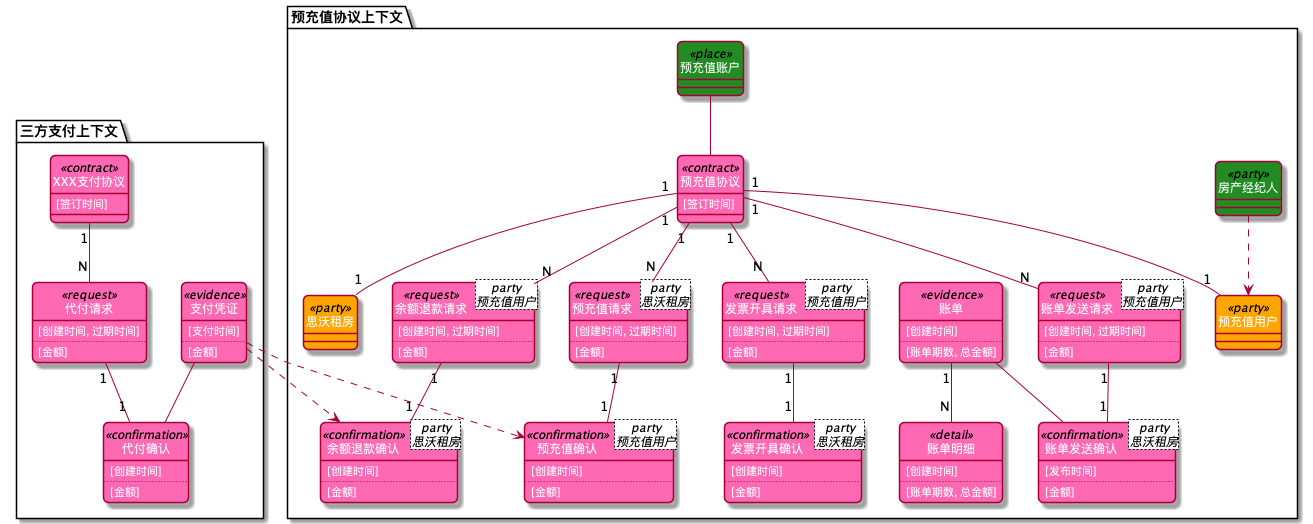
Before: 8x-flow2.png, a diagram exported from PlantUML (behring/8x-flow-diagram).
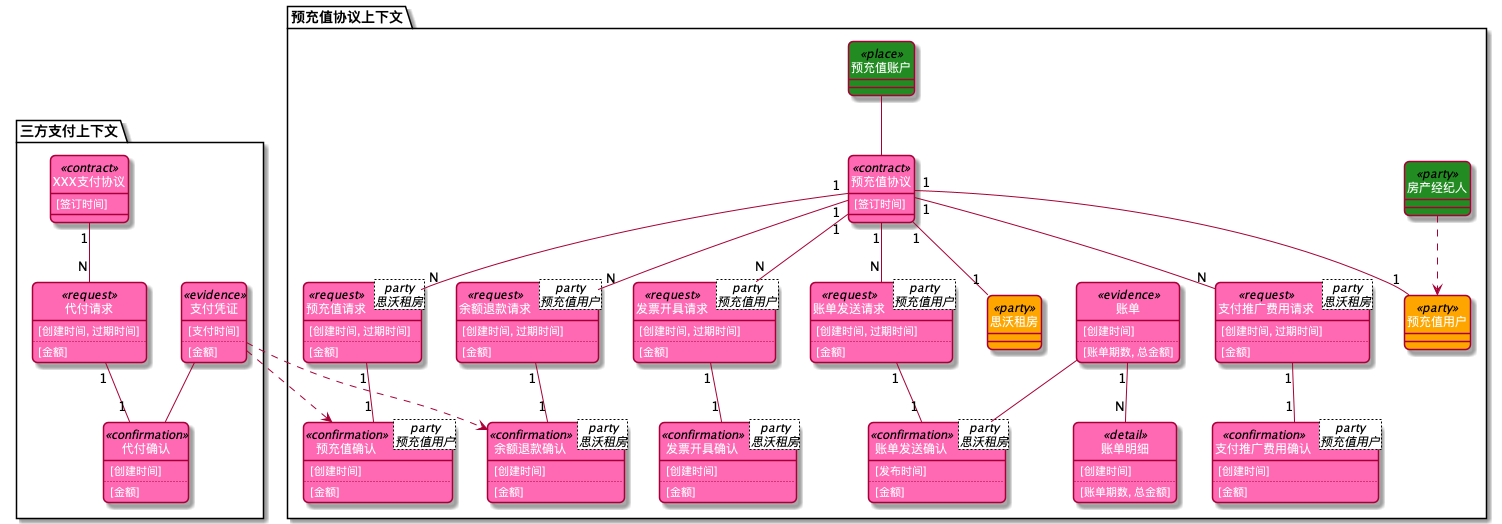
After the change.

Diff of the diagram source:
```diff
@@ -6,8 +6,8 @@
 hide circle
             package <color:black>预充值协议上下文</color> {
                 class 房产经纪人
+class 预充值协议
 class 预充值账户
-class 预充值协议
 class 预充值用户
 class 思沃租房
 class 预充值请求
@@ -20,6 +20,8 @@
 class 账单发送确认
 class 账单
 class 账单明细
+class 支付推广费用请求
+class 支付推广费用确认
 
             }
 class 房产经纪人 <<party>> #ForestGreen
@@ -113,6 +115,23 @@
 
 账单  --  账单发送确认
 
+预充值协议  "1" -- "N"  支付推广费用请求
+
+class 支付推广费用请求<party\n思沃租房><<request>> {
+    [创建时间, 过期时间]
+    ..
+    [金额]
+}
+支付推广费用请求  "1" -- "1"  支付推广费用确认
+
+class 支付推广费用确认<party\n预充值用户><<confirmation>> {
+    [创建时间]
+    ..
+    [金额]
+}
+
+
+
             package <color:black>三方支付上下文</color> {
                 class XXX支付协议
 class 代付请求
@@ -151,4 +170,6 @@
 
 支付凭证  --  代付确认
 
+
+
 @enduml
```
